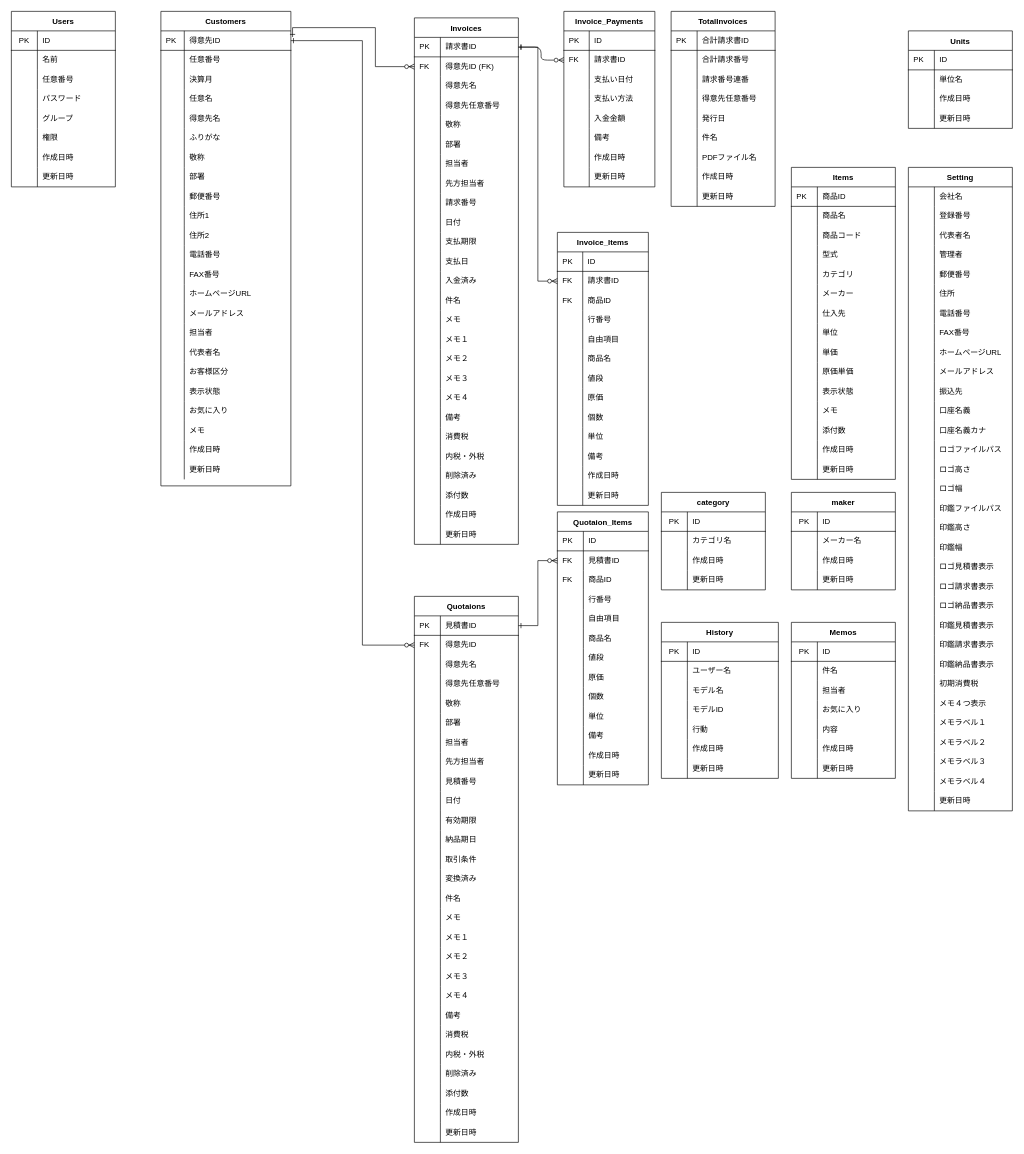
Above: soho_er.dio in gamasenninn/caddie-clone (draw.io), before the change. Source tidied: cells renumbered, new cells numbered last; positions are measured from the earlier drawing's top-left corner, leaving out a move shared by most shapes. Both pictures are drawn from the tidied source at 65%, with x=0, y=0 at pixel (11, 11).
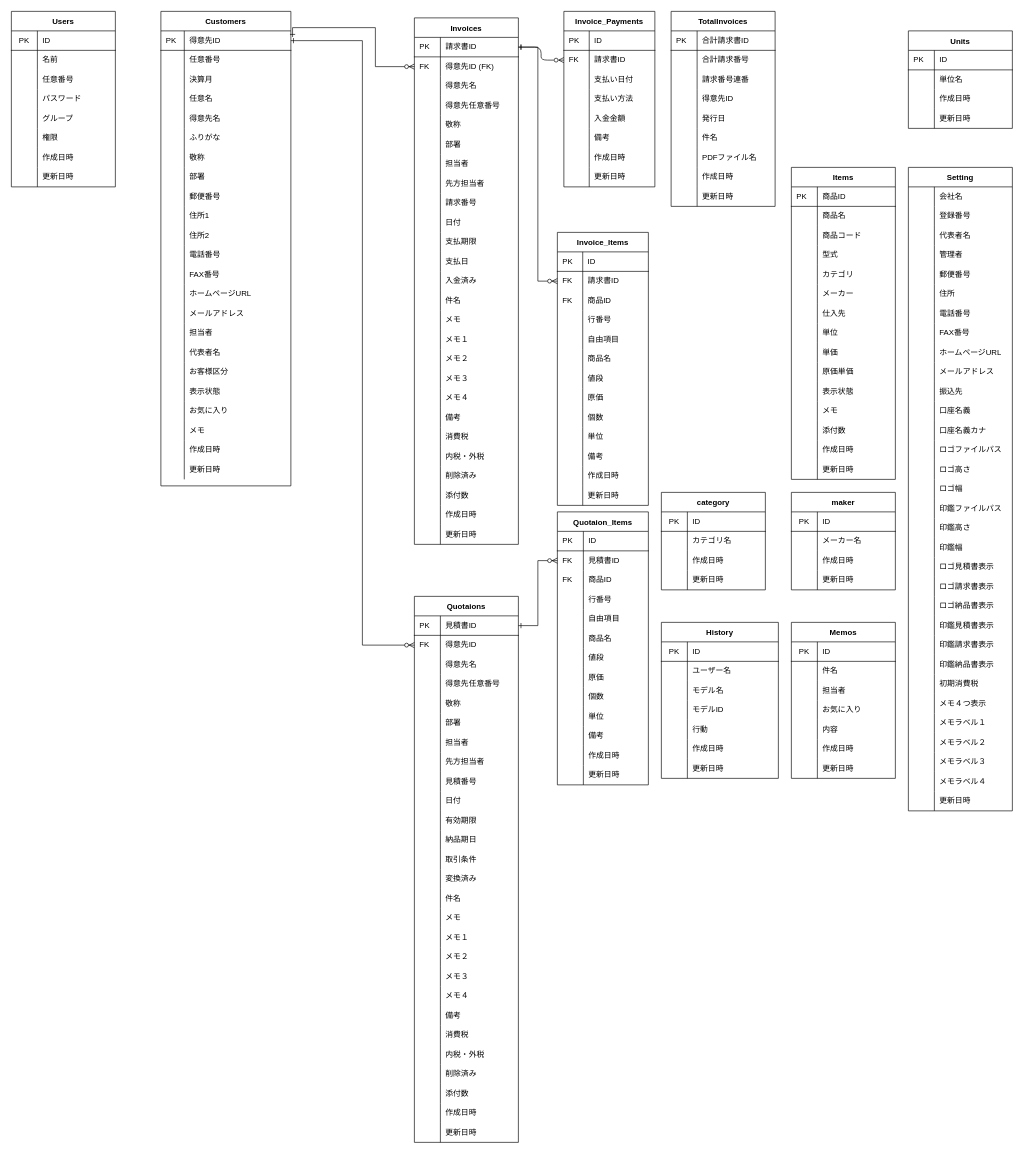
The same diagram, later.

The change refers to these unchanged cells:
```xml
<mxCell id="604" style="shape=partialRectangle;html=1;whiteSpace=wrap;fillColor=none;top=0;left=0;bottom=0;right=0;" parent="594" vertex="1">
  <mxGeometry y="120" width="160" height="30" as="geometry" />
</mxCell>
```

Diff of the diagram source:
```diff
@@
-<mxGraphModel background="#ffffff">
+<mxGraphModel>
@@
-    <mxCell id="606" value="得意先任意番号" style="shape=partialRectangle;html=1;whiteSpace=wrap;fillColor=none;top=0;left=0;bottom=0;right=0;align=left;spacingLeft=6;overflow=hidden;" parent="604" vertex="1">
+    <mxCell id="606" value="得意先ID" style="shape=partialRectangle;html=1;whiteSpace=wrap;fillColor=none;top=0;left=0;bottom=0;right=0;align=left;spacingLeft=6;overflow=hidden;" parent="604" vertex="1">
       <mxGeometry x="40" width="120" height="30" as="geometry" />
     </mxCell>
```
